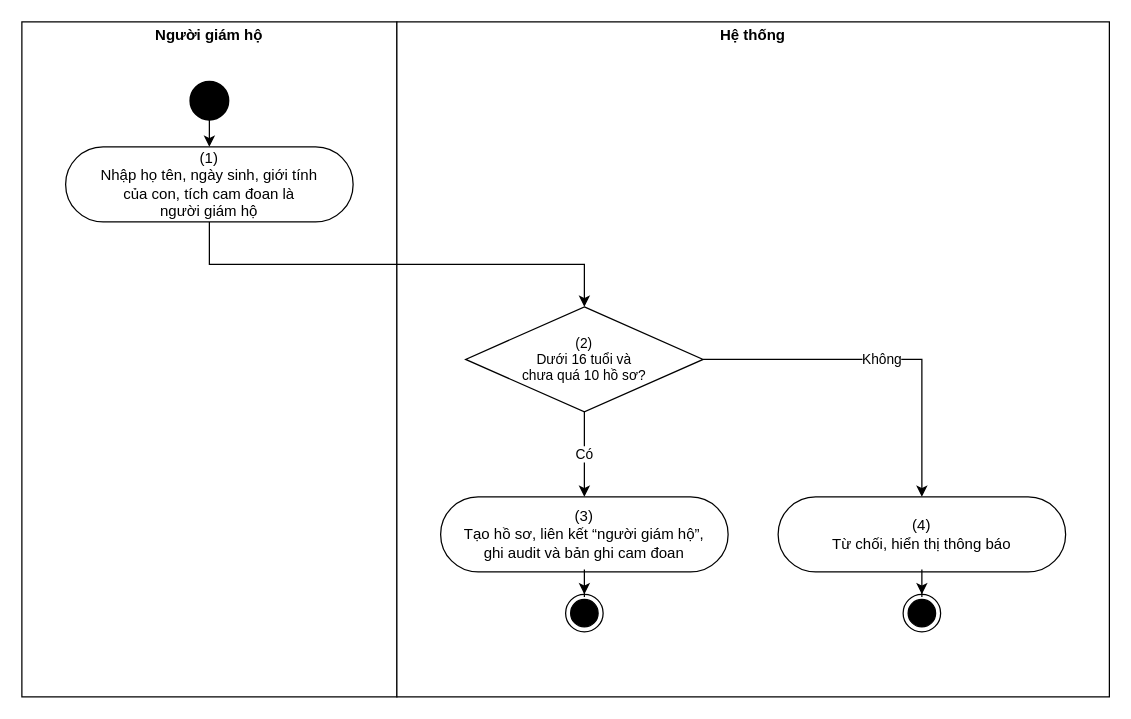
Earlier version of the draw.io diagram page "UC 12 Create a record for a child under 16" (3 of 18) of docs/02-requirements/srs/dist/diagrams/10-activity-clinical.drawio (viethung12062005/smart-hospital-platform). Source tidied: cells renumbered, new cells numbered last; positions are measured from the earlier drawing's top-left corner, leaving out a move shared by most shapes. Both pictures are drawn from the tidied source at 125%, with x=0, y=0 at pixel (21, 21).
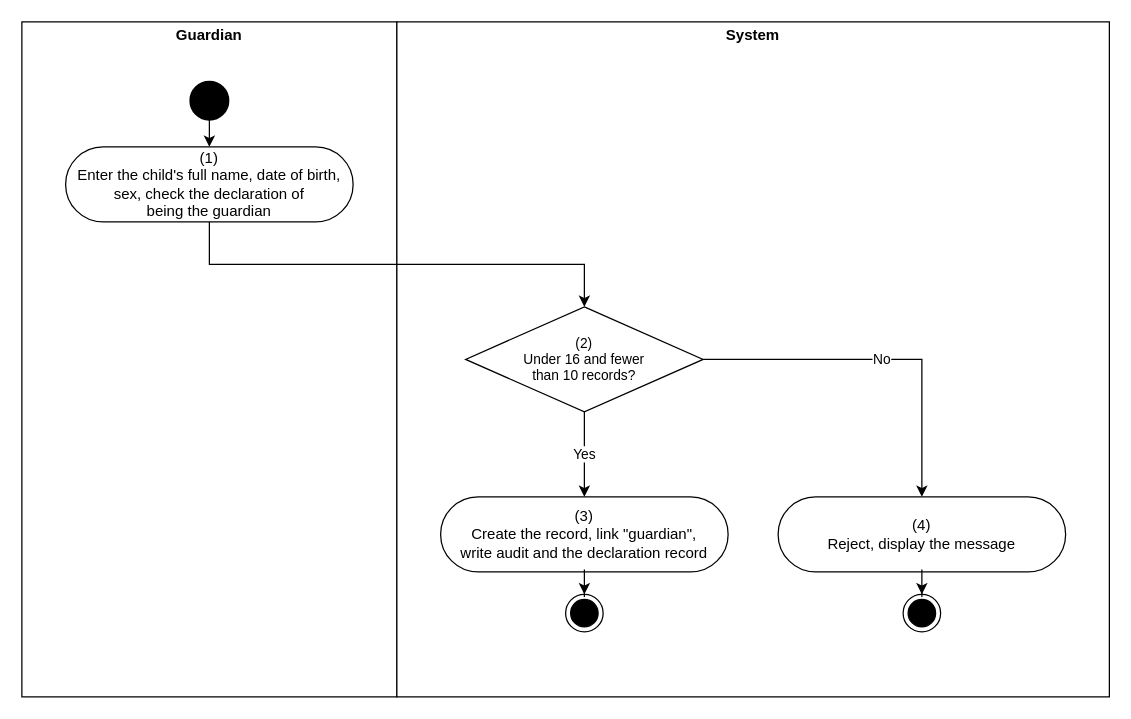
After the change.

What changed in the source:
```diff
@@
 <mxGraphModel>
   <root>
     <mxCell id="0" />
     <mxCell id="1" parent="0" />
-    <mxCell id="2" value="&lt;p style=&quot;margin:0px;margin-top:4px;text-align:center&quot;&gt;&lt;b&gt;Người giám hộ&lt;/b&gt;&lt;/p&gt;" style="verticalAlign=top;align=left;overflow=fill;fontSize=12;fontFamily=Helvetica;html=1;rounded=0;shadow=0;strokeColor=#000000;gradientColor=none;whiteSpace=wrap;" parent="1" vertex="1">
+    <mxCell id="2" value="&lt;p style=&quot;margin:0px;margin-top:4px;text-align:center&quot;&gt;&lt;b&gt;Guardian&lt;/b&gt;&lt;/p&gt;" style="verticalAlign=top;align=left;overflow=fill;fontSize=12;fontFamily=Helvetica;html=1;rounded=0;shadow=0;strokeColor=#000000;gradientColor=none;whiteSpace=wrap;" parent="1" vertex="1">
       <mxGeometry width="300" height="540" as="geometry" />
     </mxCell>
-    <mxCell id="3" value="&lt;p style=&quot;margin:0px;margin-top:4px;text-align:center&quot;&gt;&lt;b&gt;Hệ thống&lt;/b&gt;&lt;/p&gt;" style="verticalAlign=top;align=left;overflow=fill;fontSize=12;fontFamily=Helvetica;html=1;rounded=0;shadow=0;strokeColor=#000000;gradientColor=none;whiteSpace=wrap;" parent="1" vertex="1">
+    <mxCell id="3" value="&lt;p style=&quot;margin:0px;margin-top:4px;text-align:center&quot;&gt;&lt;b&gt;System&lt;/b&gt;&lt;/p&gt;" style="verticalAlign=top;align=left;overflow=fill;fontSize=12;fontFamily=Helvetica;html=1;rounded=0;shadow=0;strokeColor=#000000;gradientColor=none;whiteSpace=wrap;" parent="1" vertex="1">
       <mxGeometry x="300" width="570" height="540" as="geometry" />
     </mxCell>
-    <mxCell id="4" value="(1)&lt;br&gt;Nhập họ tên, ngày sinh, giới tính&lt;br&gt;của con, tích cam đoan là&lt;br&gt;người giám hộ" style="html=1;dashed=0;whitespace=wrap;shape=mxgraph.dfd.start;rounded=0;shadow=0;strokeColor=#000000;gradientColor=none;whiteSpace=wrap;fontSize=12;" parent="1" vertex="1">
+    <mxCell id="4" value="(1)&lt;br&gt;Enter the child&amp;#x27;s full name, date of birth,&lt;br&gt;sex, check the declaration of&lt;br&gt;being the guardian" style="html=1;dashed=0;whitespace=wrap;shape=mxgraph.dfd.start;rounded=0;shadow=0;strokeColor=#000000;gradientColor=none;whiteSpace=wrap;fontSize=12;" parent="1" vertex="1">
       <mxGeometry x="35" y="100" width="230" height="60" as="geometry" />
     </mxCell>
-    <mxCell id="5" value="(2)&lt;br&gt;Dưới 16 tuổi và&lt;br&gt;chưa quá 10 hồ sơ?" style="rhombus;html=1;whiteSpace=wrap;strokeColor=#000000;fontSize=11;" parent="1" vertex="1">
+    <mxCell id="5" value="(2)&lt;br&gt;Under 16 and fewer&lt;br&gt;than 10 records?" style="rhombus;html=1;whiteSpace=wrap;strokeColor=#000000;fontSize=11;" parent="1" vertex="1">
       <mxGeometry x="355" y="228" width="190" height="84" as="geometry" />
     </mxCell>
-    <mxCell id="6" value="(3)&lt;br&gt;Tạo hồ sơ, liên kết “người giám hộ”,&lt;br&gt;ghi audit và bản ghi cam đoan" style="html=1;dashed=0;whitespace=wrap;shape=mxgraph.dfd.start;rounded=0;shadow=0;strokeColor=#000000;gradientColor=none;whiteSpace=wrap;fontSize=12;" parent="1" vertex="1">
+    <mxCell id="6" value="(3)&lt;br&gt;Create the record, link &amp;quot;guardian&amp;quot;,&lt;br&gt;write audit and the declaration record" style="html=1;dashed=0;whitespace=wrap;shape=mxgraph.dfd.start;rounded=0;shadow=0;strokeColor=#000000;gradientColor=none;whiteSpace=wrap;fontSize=12;" parent="1" vertex="1">
       <mxGeometry x="335" y="380" width="230" height="60" as="geometry" />
     </mxCell>
-    <mxCell id="7" value="(4)&lt;br&gt;Từ chối, hiển thị thông báo" style="html=1;dashed=0;whitespace=wrap;shape=mxgraph.dfd.start;rounded=0;shadow=0;strokeColor=#000000;gradientColor=none;whiteSpace=wrap;fontSize=12;" parent="1" vertex="1">
+    <mxCell id="7" value="(4)&lt;br&gt;Reject, display the message" style="html=1;dashed=0;whitespace=wrap;shape=mxgraph.dfd.start;rounded=0;shadow=0;strokeColor=#000000;gradientColor=none;whiteSpace=wrap;fontSize=12;" parent="1" vertex="1">
       <mxGeometry x="605" y="380" width="230" height="60" as="geometry" />
     </mxCell>
     <mxCell id="8" style="strokeWidth=2;html=1;shape=mxgraph.flowchart.start_2;whiteSpace=wrap;rounded=0;shadow=0;gradientColor=none;fillColor=#000000;" parent="1" vertex="1">
       <mxGeometry x="135" y="48" width="30" height="30" as="geometry" />
     </mxCell>
     <mxCell id="9" style="edgeStyle=orthogonalEdgeStyle;rounded=0;jettySize=auto;html=1;" parent="1" edge="1" source="8" target="4">
       <mxGeometry relative="1" as="geometry" />
     </mxCell>
     <mxCell id="10" style="edgeStyle=orthogonalEdgeStyle;rounded=0;jettySize=auto;html=1;exitX=0.5;exitY=1;exitDx=0;exitDy=0;entryX=0.5;entryY=0;entryDx=0;entryDy=0;" parent="1" edge="1" source="4" target="5">
       <mxGeometry relative="1" as="geometry" />
     </mxCell>
-    <mxCell id="11" value="Có" style="edgeStyle=orthogonalEdgeStyle;rounded=0;jettySize=auto;html=1;exitX=0.5;exitY=1;exitDx=0;exitDy=0;entryX=0.5;entryY=0;entryDx=0;entryDy=0;" parent="1" edge="1" source="5" target="6">
+    <mxCell id="11" value="Yes" style="edgeStyle=orthogonalEdgeStyle;rounded=0;jettySize=auto;html=1;exitX=0.5;exitY=1;exitDx=0;exitDy=0;entryX=0.5;entryY=0;entryDx=0;entryDy=0;" parent="1" edge="1" source="5" target="6">
       <mxGeometry relative="1" as="geometry" />
     </mxCell>
-    <mxCell id="12" value="Không" style="edgeStyle=orthogonalEdgeStyle;rounded=0;jettySize=auto;html=1;exitX=1;exitY=0.5;exitDx=0;exitDy=0;entryX=0.5;entryY=0;entryDx=0;entryDy=0;" parent="1" edge="1" source="5" target="7">
+    <mxCell id="12" value="No" style="edgeStyle=orthogonalEdgeStyle;rounded=0;jettySize=auto;html=1;exitX=1;exitY=0.5;exitDx=0;exitDy=0;entryX=0.5;entryY=0;entryDx=0;entryDy=0;" parent="1" edge="1" source="5" target="7">
       <mxGeometry relative="1" as="geometry" />
     </mxCell>
     <mxCell id="13" style="ellipse;html=1;shape=endState;fillColor=#000000;rounded=0;shadow=0;whiteSpace=wrap;" parent="1" vertex="1">
       <mxGeometry x="435" y="458" width="30" height="30" as="geometry" />
     </mxCell>
     <mxCell id="14" style="edgeStyle=orthogonalEdgeStyle;rounded=0;jettySize=auto;html=1;" parent="1" edge="1" source="6" target="13">
       <mxGeometry relative="1" as="geometry" />
     </mxCell>
     <mxCell id="15" style="ellipse;html=1;shape=endState;fillColor=#000000;rounded=0;shadow=0;whiteSpace=wrap;" parent="1" vertex="1">
       <mxGeometry x="705" y="458" width="30" height="30" as="geometry" />
     </mxCell>
     <mxCell id="16" style="edgeStyle=orthogonalEdgeStyle;rounded=0;jettySize=auto;html=1;" parent="1" edge="1" source="7" target="15">
       <mxGeometry relative="1" as="geometry" />
     </mxCell>
   </root>
 </mxGraphModel>
```
